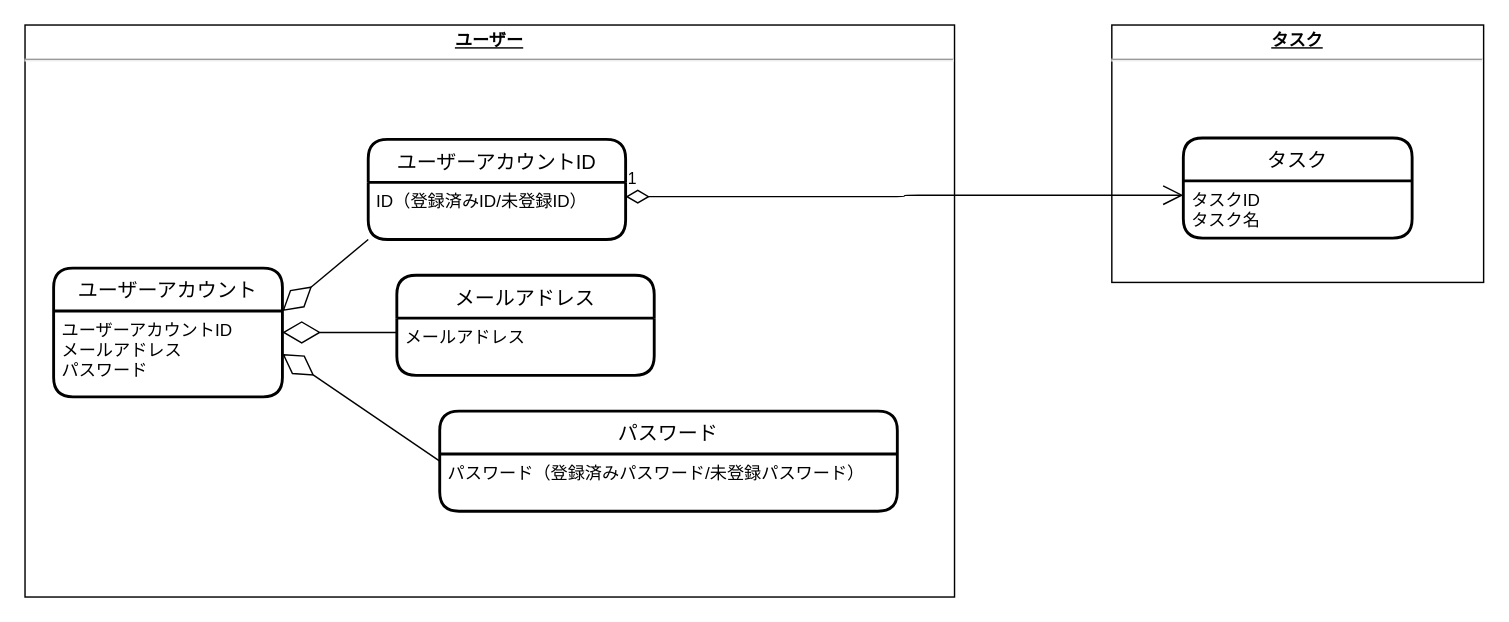
The draw.io diagram docs/domain-models.drawio in piteroni/todo-with-ktor-vue, before the edit. Source tidied: cells renumbered, new cells numbered last; positions are measured from the earlier drawing's top-left corner, leaving out a move shared by most shapes. Both pictures are drawn from the tidied source at 143%, with x=0, y=0 at pixel (24, 24).
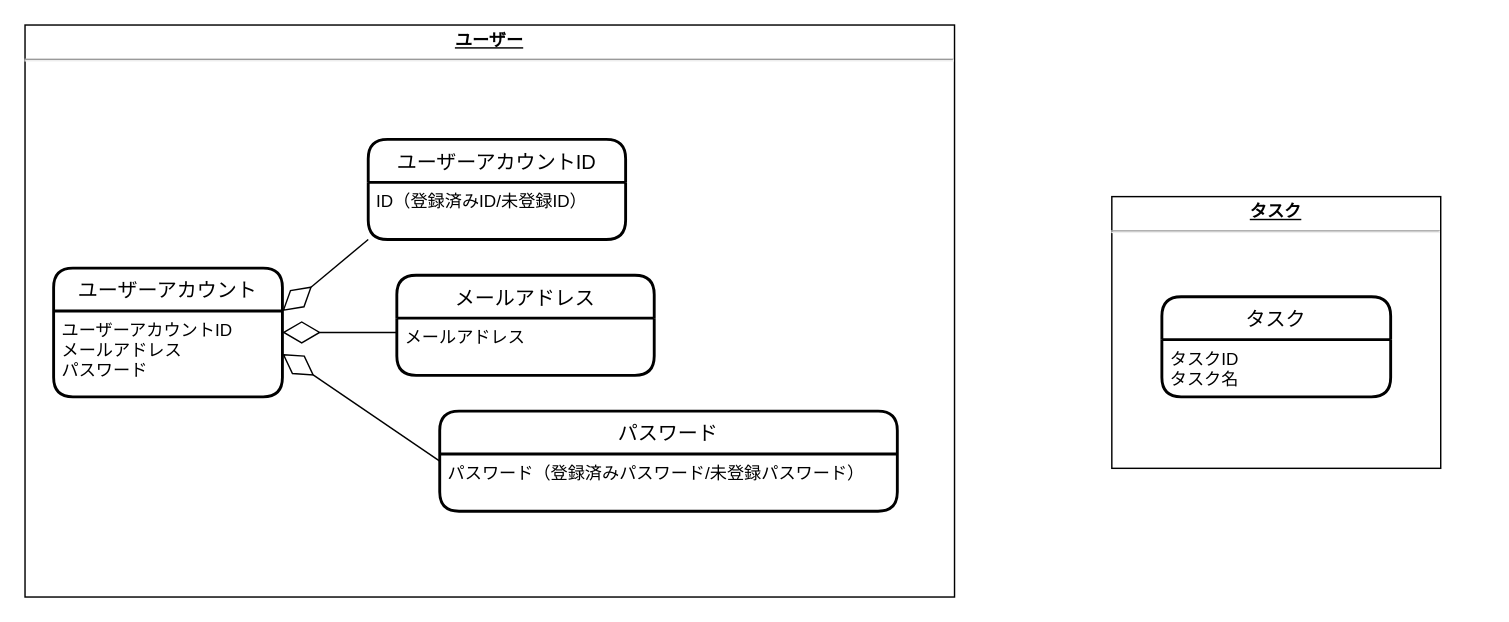
Above is the later version.

What changed in the source:
```diff
@@
 <mxGraphModel>
   <root>
     <mxCell id="0" />
     <mxCell id="1" parent="0" />
     <mxCell id="2" value="&lt;p style=&quot;margin: 0px ; margin-top: 4px ; text-align: center ; text-decoration: underline&quot;&gt;&lt;b&gt;ユーザー&lt;/b&gt;&lt;/p&gt;&lt;hr&gt;&lt;p style=&quot;margin: 0px ; margin-left: 8px&quot;&gt;&lt;br&gt;&lt;/p&gt;" style="verticalAlign=top;align=left;overflow=fill;fontSize=12;fontFamily=Helvetica;html=1;" parent="1" vertex="1">
       <mxGeometry width="650" height="400" as="geometry" />
     </mxCell>
     <mxCell id="3" value="ユーザーアカウント" style="swimlane;horizontal=1;startSize=30;rounded=1;fontSize=14;fontStyle=0;strokeWidth=2;shadow=0;dashed=0;align=center;" parent="1" vertex="1">
       <mxGeometry x="20" y="170" width="160" height="90" as="geometry" />
     </mxCell>
     <mxCell id="4" value="ユーザーアカウントID&#10;メールアドレス&#10;パスワード" style="align=left;strokeColor=none;fillColor=none;spacingLeft=4;fontSize=12;verticalAlign=top;" parent="3" vertex="1">
       <mxGeometry y="30" width="160" height="60" as="geometry" />
     </mxCell>
     <mxCell id="5" value="パスワード" style="swimlane;horizontal=1;startSize=30;rounded=1;fontSize=14;fontStyle=0;strokeWidth=2;shadow=0;dashed=0;align=center;" parent="1" vertex="1">
       <mxGeometry x="290" y="270" width="320" height="70" as="geometry" />
     </mxCell>
     <mxCell id="6" value="パスワード（登録済みパスワード/未登録パスワード）" style="align=left;strokeColor=none;fillColor=none;spacingLeft=4;fontSize=12;verticalAlign=top;" parent="5" vertex="1">
       <mxGeometry y="30" width="320" height="40" as="geometry" />
     </mxCell>
     <mxCell id="7" value="ユーザーアカウントID" style="swimlane;horizontal=1;startSize=30;rounded=1;fontSize=14;fontStyle=0;strokeWidth=2;shadow=0;dashed=0;align=center;" parent="1" vertex="1">
       <mxGeometry x="240" y="80" width="180" height="70" as="geometry" />
     </mxCell>
     <mxCell id="8" value="ID（登録済みID/未登録ID）" style="align=left;strokeColor=none;fillColor=none;spacingLeft=4;fontSize=12;verticalAlign=top;" parent="7" vertex="1">
       <mxGeometry y="30" width="180" height="40" as="geometry" />
     </mxCell>
     <mxCell id="9" style="endArrow=diamondThin;endFill=0;endSize=24;html=1;exitX=0;exitY=1;exitDx=0;exitDy=0;entryX=1;entryY=0;entryDx=0;entryDy=0;" parent="1" edge="1" source="8" target="4">
       <mxGeometry relative="1" as="geometry" />
     </mxCell>
     <mxCell id="10" style="endArrow=diamondThin;endFill=0;endSize=24;html=1;exitX=0;exitY=0.5;exitDx=0;exitDy=0;entryX=1;entryY=0.5;entryDx=0;entryDy=0;" parent="1" edge="1" source="5" target="4">
       <mxGeometry relative="1" as="geometry" />
     </mxCell>
     <mxCell id="11" value="メールアドレス" style="swimlane;horizontal=1;startSize=30;rounded=1;fontSize=14;fontStyle=0;strokeWidth=2;shadow=0;dashed=0;align=center;" parent="1" vertex="1">
       <mxGeometry x="260" y="175" width="180" height="70" as="geometry" />
     </mxCell>
     <mxCell id="12" value="メールアドレス" style="align=left;strokeColor=none;fillColor=none;spacingLeft=4;fontSize=12;verticalAlign=top;" parent="11" vertex="1">
       <mxGeometry y="30" width="180" height="40" as="geometry" />
     </mxCell>
     <mxCell id="13" style="endArrow=diamondThin;endFill=0;endSize=24;html=1;exitX=0;exitY=0.25;exitDx=0;exitDy=0;entryX=1;entryY=0.25;entryDx=0;entryDy=0;" parent="1" edge="1" source="12" target="4">
       <mxGeometry relative="1" as="geometry" />
     </mxCell>
     <mxCell id="14" value="&lt;p style=&quot;margin: 0px ; margin-top: 4px ; text-align: center ; text-decoration: underline&quot;&gt;&lt;b&gt;タスク&lt;/b&gt;&lt;/p&gt;&lt;hr&gt;&lt;p style=&quot;margin: 0px ; margin-left: 8px&quot;&gt;&lt;br&gt;&lt;/p&gt;" style="verticalAlign=top;align=left;overflow=fill;fontSize=12;fontFamily=Helvetica;html=1;" parent="1" vertex="1">
-      <mxGeometry x="760" width="260" height="180" as="geometry" />
+      <mxGeometry x="760" y="120" width="230" height="190" as="geometry" />
     </mxCell>
     <mxCell id="15" value="タスク" style="swimlane;horizontal=1;startSize=30;rounded=1;fontSize=14;fontStyle=0;strokeWidth=2;shadow=0;dashed=0;align=center;" parent="1" vertex="1">
-      <mxGeometry x="810" y="79" width="160" height="70" as="geometry" />
+      <mxGeometry x="795" y="190" width="160" height="70" as="geometry" />
     </mxCell>
     <mxCell id="16" value="タスクID&#10;タスク名" style="align=left;strokeColor=none;fillColor=none;spacingLeft=4;fontSize=12;verticalAlign=top;" parent="15" vertex="1">
       <mxGeometry y="30" width="160" height="40" as="geometry" />
     </mxCell>
     <mxCell id="17" style="edgeStyle=orthogonalEdgeStyle;rounded=0;orthogonalLoop=1;jettySize=auto;html=1;exitX=0.5;exitY=1;exitDx=0;exitDy=0;" parent="1" edge="1" source="14" target="14">
       <mxGeometry relative="1" as="geometry" />
     </mxCell>
-    <mxCell id="18" value="1" style="endArrow=open;html=1;endSize=12;startArrow=diamondThin;startSize=14;startFill=0;edgeStyle=orthogonalEdgeStyle;align=left;verticalAlign=bottom;entryX=0;entryY=0.25;entryDx=0;entryDy=0;exitX=1;exitY=0.25;exitDx=0;exitDy=0;" parent="1" edge="1" source="8" target="16">
-      <mxGeometry x="-1" y="3" relative="1" as="geometry" />
-    </mxCell>
   </root>
 </mxGraphModel>
```
